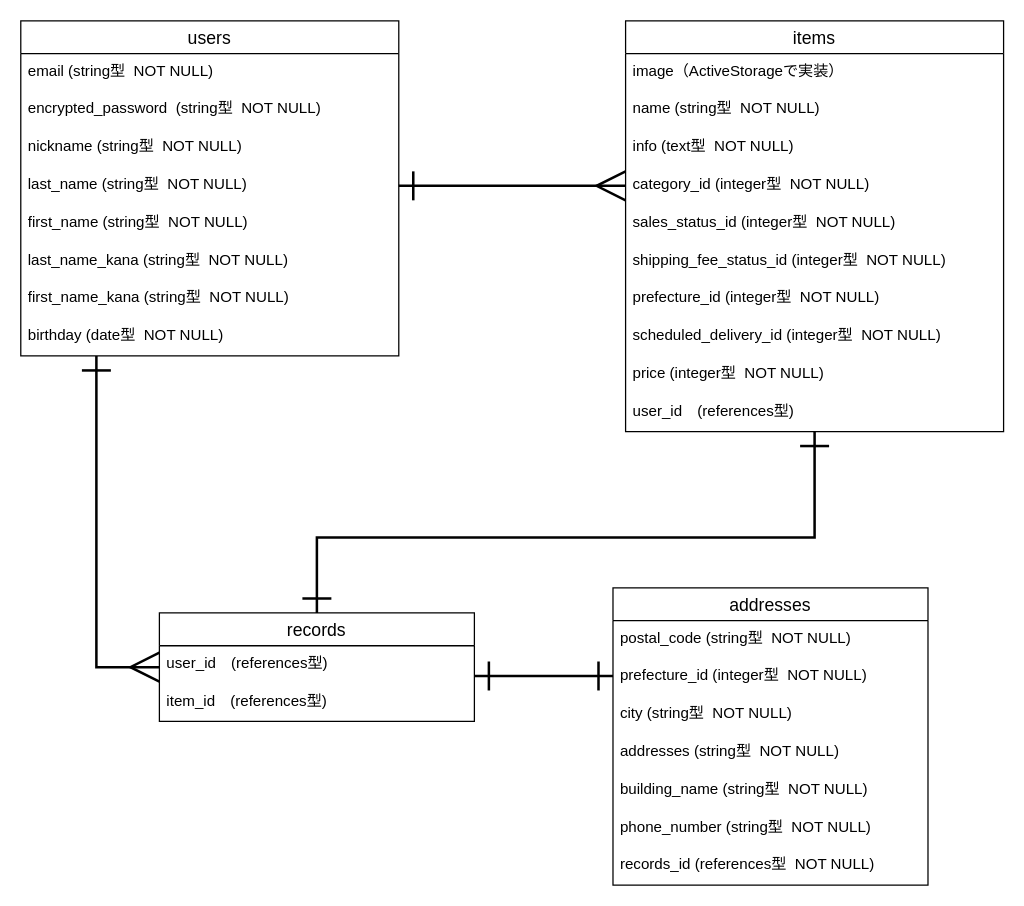
The draw.io diagram furima.dio in tano-taka/furima-34841, before the edit. Source tidied: cells renumbered, new cells numbered last; positions are measured from the earlier drawing's top-left corner, leaving out a move shared by most shapes. Both pictures are drawn from the tidied source at 126%, with x=0, y=0 at pixel (20, 20).
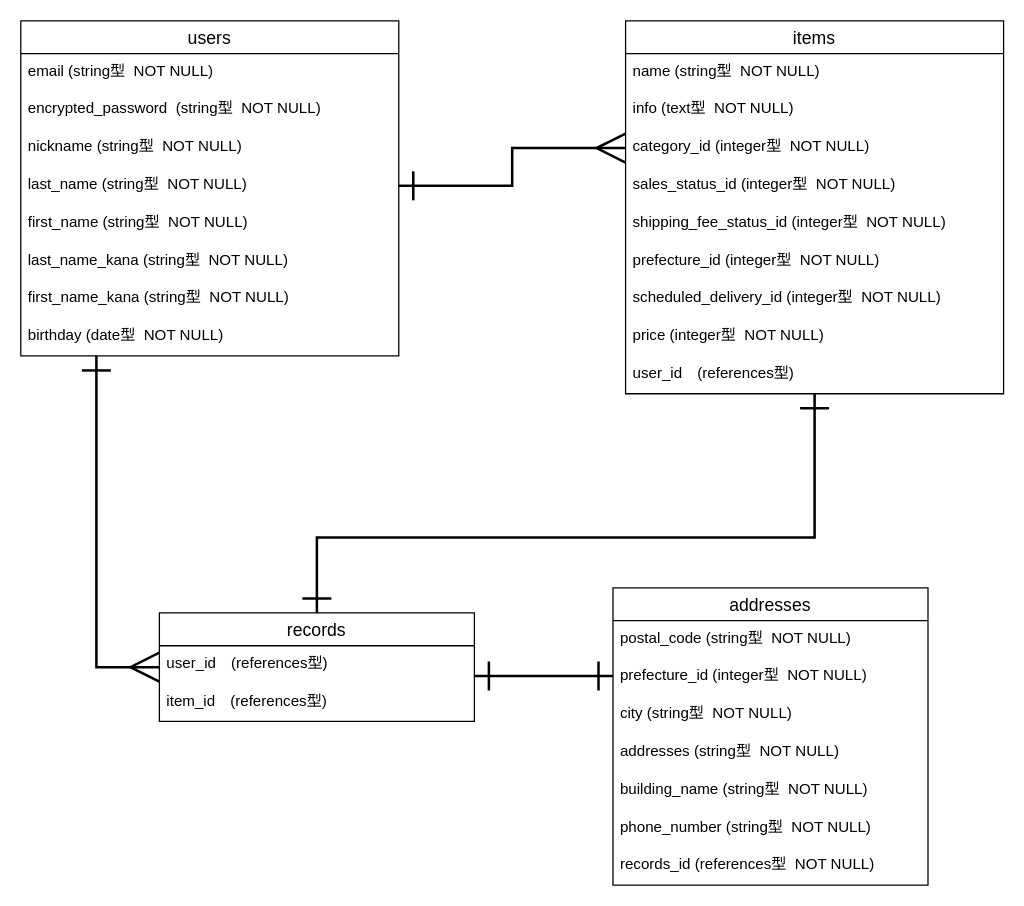
The same diagram, later.

Commit message (it also covers changes not shown here):
データベースの設計(修正)

Diff of the diagram source:
```diff
@@
     <mxCell id="12" value="items" style="swimlane;fontStyle=0;horizontal=1;startSize=26;align=center;fontSize=14;" parent="1" vertex="1">
-      <mxGeometry x="480" width="300" height="326" as="geometry" />
+      <mxGeometry x="480" width="300" height="296" as="geometry" />
     </mxCell>
-    <mxCell id="13" value="image（ActiveStorageで実装）" style="text;strokeColor=none;spacingLeft=4;spacingRight=4;overflow=hidden;fontSize=12;" parent="12" vertex="1">
-      <mxGeometry y="26" width="300" height="30" as="geometry" />
-    </mxCell>
     <mxCell id="14" value="name (string型  NOT NULL)" style="text;strokeColor=none;spacingLeft=4;spacingRight=4;overflow=hidden;fontSize=12;" parent="12" vertex="1">
-      <mxGeometry y="56" width="300" height="30" as="geometry" />
+      <mxGeometry y="26" width="300" height="30" as="geometry" />
     </mxCell>
     <mxCell id="15" value="info (text型  NOT NULL)" style="text;strokeColor=none;spacingLeft=4;spacingRight=4;overflow=hidden;fontSize=12;" parent="12" vertex="1">
-      <mxGeometry y="86" width="300" height="30" as="geometry" />
+      <mxGeometry y="56" width="300" height="30" as="geometry" />
     </mxCell>
     <mxCell id="16" value="category_id (integer型  NOT NULL)" style="text;strokeColor=none;spacingLeft=4;spacingRight=4;overflow=hidden;points=[[0,0.5],[1,0.5]];portConstraint=eastwest;fontSize=12;" parent="12" vertex="1">
-      <mxGeometry y="116" width="300" height="30" as="geometry" />
+      <mxGeometry y="86" width="300" height="30" as="geometry" />
     </mxCell>
     <mxCell id="17" value="sales_status_id (integer型  NOT NULL)" style="text;strokeColor=none;spacingLeft=4;spacingRight=4;overflow=hidden;fontSize=12;" parent="12" vertex="1">
-      <mxGeometry y="146" width="300" height="30" as="geometry" />
+      <mxGeometry y="116" width="300" height="30" as="geometry" />
     </mxCell>
     <mxCell id="18" value="shipping_fee_status_id (integer型  NOT NULL)" style="text;strokeColor=none;spacingLeft=4;spacingRight=4;overflow=hidden;fontSize=12;" parent="12" vertex="1">
-      <mxGeometry y="176" width="300" height="30" as="geometry" />
+      <mxGeometry y="146" width="300" height="30" as="geometry" />
     </mxCell>
     <mxCell id="19" value="prefecture_id (integer型  NOT NULL)" style="text;strokeColor=none;spacingLeft=4;spacingRight=4;overflow=hidden;fontSize=12;" parent="12" vertex="1">
-      <mxGeometry y="206" width="300" height="30" as="geometry" />
+      <mxGeometry y="176" width="300" height="30" as="geometry" />
     </mxCell>
     <mxCell id="20" value="scheduled_delivery_id (integer型  NOT NULL)" style="text;strokeColor=none;spacingLeft=4;spacingRight=4;overflow=hidden;fontSize=12;" parent="12" vertex="1">
-      <mxGeometry y="236" width="300" height="30" as="geometry" />
+      <mxGeometry y="206" width="300" height="30" as="geometry" />
     </mxCell>
     <mxCell id="21" value="price (integer型  NOT NULL)" style="text;strokeColor=none;spacingLeft=4;spacingRight=4;overflow=hidden;fontSize=12;" parent="12" vertex="1">
-      <mxGeometry y="266" width="300" height="30" as="geometry" />
+      <mxGeometry y="236" width="300" height="30" as="geometry" />
     </mxCell>
     <mxCell id="22" value="user_id　(references型)" style="text;strokeColor=none;spacingLeft=4;spacingRight=4;overflow=hidden;fontSize=12;" parent="12" vertex="1">
-      <mxGeometry y="296" width="300" height="30" as="geometry" />
+      <mxGeometry y="266" width="300" height="30" as="geometry" />
     </mxCell>
```
